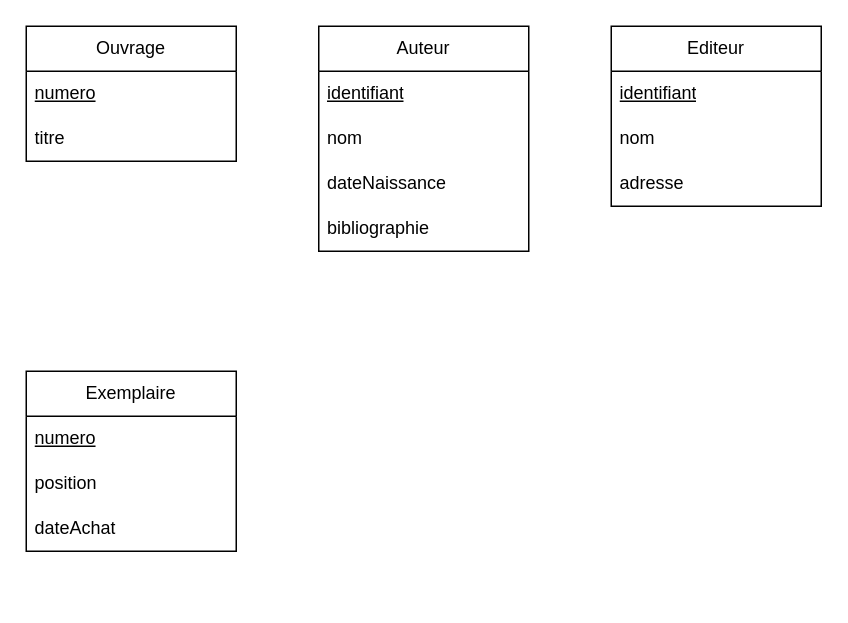
black-purple/diagrams keeps this draw.io diagram as TD1 MERISE (LP ISIR) 2.drawio. Above is the earlier version. Source tidied: cells renumbered, new cells numbered last; positions are measured from the earlier drawing's top-left corner, leaving out a move shared by most shapes. Both pictures are drawn from the tidied source at 150%, with x=0, y=0 at pixel (26, 26).
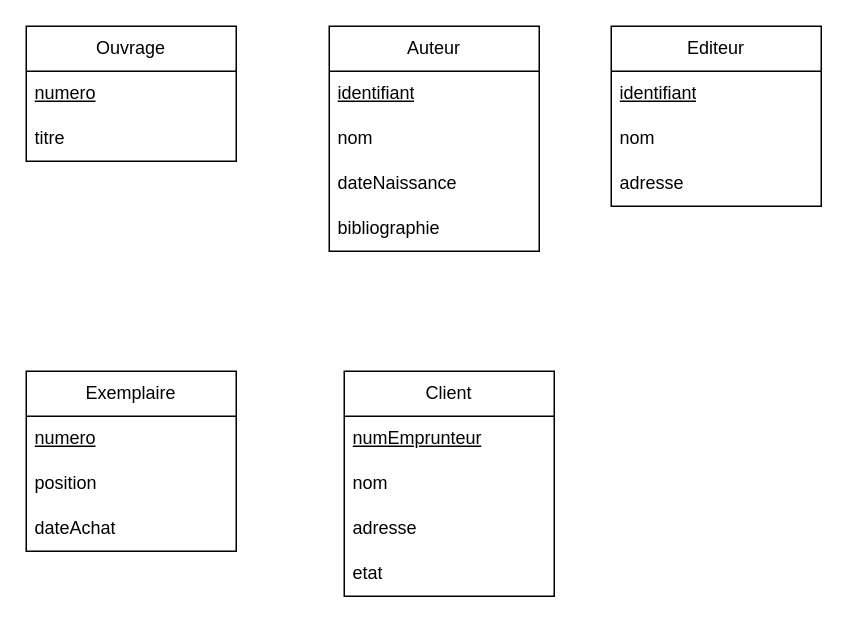
The same page after the edit.

Diff of the diagram source:
```diff
@@
     <mxCell id="5" value="Auteur" style="swimlane;fontStyle=0;horizontal=1;startSize=30;whiteSpace=wrap;html=1;" parent="1" vertex="1">
-      <mxGeometry x="195" width="140" height="150" as="geometry" />
+      <mxGeometry x="202" width="140" height="150" as="geometry" />
     </mxCell>
@@
+    <mxCell id="18" value="Client" style="swimlane;fontStyle=0;horizontal=1;startSize=30;whiteSpace=wrap;html=1;" parent="1" vertex="1">
+      <mxGeometry x="212" y="230" width="140" height="150" as="geometry" />
+    </mxCell>
+    <mxCell id="19" value="&lt;u&gt;numEmprunteur&lt;/u&gt;" style="text;strokeColor=none;fillColor=none;align=left;verticalAlign=middle;spacingLeft=4;spacingRight=4;overflow=hidden;whiteSpace=wrap;html=1;" parent="18" vertex="1">
+      <mxGeometry y="30" width="140" height="30" as="geometry" />
+    </mxCell>
+    <mxCell id="20" value="nom" style="text;strokeColor=none;fillColor=none;align=left;verticalAlign=middle;spacingLeft=4;spacingRight=4;overflow=hidden;whiteSpace=wrap;html=1;" parent="18" vertex="1">
+      <mxGeometry y="60" width="140" height="30" as="geometry" />
+    </mxCell>
+    <mxCell id="21" value="adresse" style="text;strokeColor=none;fillColor=none;align=left;verticalAlign=middle;spacingLeft=4;spacingRight=4;overflow=hidden;whiteSpace=wrap;html=1;" parent="18" vertex="1">
+      <mxGeometry y="90" width="140" height="30" as="geometry" />
+    </mxCell>
+    <mxCell id="22" value="etat" style="text;strokeColor=none;fillColor=none;align=left;verticalAlign=middle;spacingLeft=4;spacingRight=4;overflow=hidden;whiteSpace=wrap;html=1;" parent="18" vertex="1">
+      <mxGeometry y="120" width="140" height="30" as="geometry" />
+    </mxCell>
```
